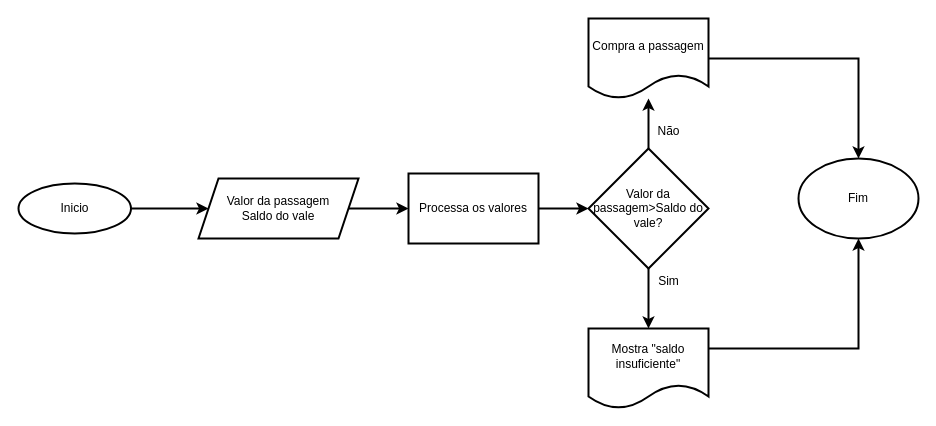
Above: Aulas/ValorPassagem.drawio in Mateus-FerrariF/L-gicaPrograma-aoMateus.ferrari (draw.io), before the change. Source tidied: cells renumbered, new cells numbered last; positions are measured from the earlier drawing's top-left corner, leaving out a move shared by most shapes. Both pictures are drawn from the tidied source at 100%, with x=0, y=0 at pixel (18, 18).
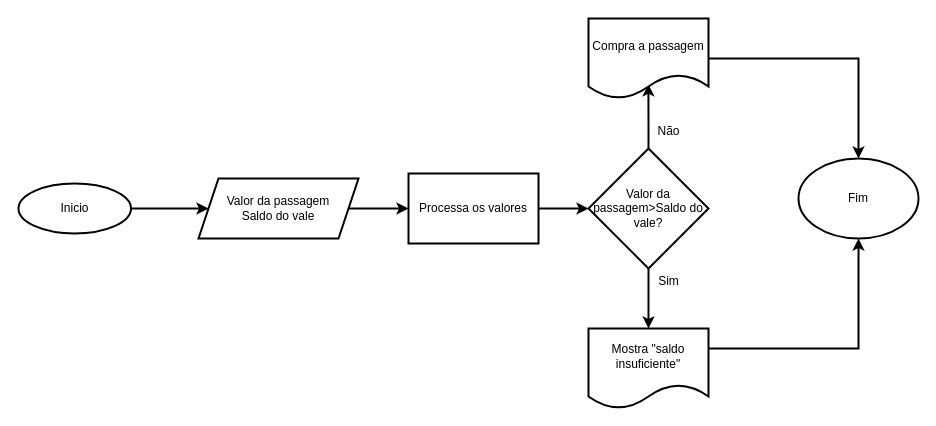
The same diagram, later.

Diff of the diagram source:
```diff
@@
 <mxGraphModel>
   <root>
     <mxCell id="0" />
     <mxCell id="1" parent="0" />
     <mxCell id="2" style="edgeStyle=orthogonalEdgeStyle;rounded=0;jettySize=auto;html=1;strokeWidth=2;" parent="1" edge="1" source="3" target="5">
       <mxGeometry relative="1" as="geometry" />
     </mxCell>
     <mxCell id="3" value="Inicio" style="ellipse;whiteSpace=wrap;html=1;strokeWidth=2;" parent="1" vertex="1">
       <mxGeometry y="165" width="112.5" height="50" as="geometry" />
     </mxCell>
     <mxCell id="4" style="edgeStyle=orthogonalEdgeStyle;rounded=0;jettySize=auto;html=1;strokeWidth=2;" parent="1" edge="1" source="5">
       <mxGeometry relative="1" as="geometry">
         <mxPoint x="390" y="190" as="targetPoint" />
       </mxGeometry>
     </mxCell>
     <mxCell id="5" value="Valor da passagem&lt;div&gt;Saldo do vale&lt;/div&gt;" style="shape=parallelogram;perimeter=parallelogramPerimeter;whiteSpace=wrap;html=1;fixedSize=1;strokeWidth=2;" parent="1" vertex="1">
       <mxGeometry x="180" y="160" width="160" height="60" as="geometry" />
     </mxCell>
     <mxCell id="6" style="edgeStyle=orthogonalEdgeStyle;rounded=0;jettySize=auto;html=1;strokeWidth=2;" parent="1" edge="1" source="8">
       <mxGeometry relative="1" as="geometry">
         <mxPoint x="630" y="310" as="targetPoint" />
       </mxGeometry>
     </mxCell>
-    <mxCell id="7" style="edgeStyle=orthogonalEdgeStyle;rounded=0;jettySize=auto;html=1;strokeWidth=2;" parent="1" edge="1" source="8" target="13">
+    <mxCell id="7" style="edgeStyle=orthogonalEdgeStyle;rounded=0;jettySize=auto;html=1;strokeWidth=2;entryX=0.499;entryY=0.822;entryDx=0;entryDy=0;entryPerimeter=0;" parent="1" edge="1" source="8" target="13">
       <mxGeometry relative="1" as="geometry" />
     </mxCell>
     <mxCell id="8" value="Valor da passagem&amp;gt;Saldo do vale?" style="rhombus;whiteSpace=wrap;html=1;strokeWidth=2;" parent="1" vertex="1">
       <mxGeometry x="570" y="130" width="120" height="120" as="geometry" />
     </mxCell>
     <mxCell id="9" style="edgeStyle=orthogonalEdgeStyle;rounded=0;jettySize=auto;html=1;exitX=1;exitY=0.25;exitDx=0;exitDy=0;entryX=0.5;entryY=1;entryDx=0;entryDy=0;strokeWidth=2;" parent="1" edge="1" source="10" target="17">
       <mxGeometry relative="1" as="geometry" />
     </mxCell>
     <mxCell id="10" value="Mostra &quot;saldo insuficiente&quot;" style="shape=document;whiteSpace=wrap;html=1;boundedLbl=1;strokeWidth=2;" parent="1" vertex="1">
       <mxGeometry x="570" y="310" width="120" height="80" as="geometry" />
     </mxCell>
     <mxCell id="11" value="Sim" style="text;html=1;align=center;verticalAlign=middle;strokeColor=none;fillColor=none;" parent="1" vertex="1">
       <mxGeometry x="630" y="248" width="40" height="30" as="geometry" />
     </mxCell>
     <mxCell id="12" style="edgeStyle=orthogonalEdgeStyle;rounded=0;jettySize=auto;html=1;exitX=1;exitY=0.5;exitDx=0;exitDy=0;entryX=0.5;entryY=0;entryDx=0;entryDy=0;strokeWidth=2;" parent="1" edge="1" source="13" target="17">
       <mxGeometry relative="1" as="geometry" />
     </mxCell>
     <mxCell id="13" value="Compra a passagem" style="shape=document;whiteSpace=wrap;html=1;boundedLbl=1;strokeWidth=2;" parent="1" vertex="1">
       <mxGeometry x="570" width="120" height="80" as="geometry" />
     </mxCell>
     <mxCell id="14" value="Não" style="text;html=1;align=center;verticalAlign=middle;strokeColor=none;fillColor=none;" parent="1" vertex="1">
       <mxGeometry x="625" y="98" width="50" height="30" as="geometry" />
     </mxCell>
     <mxCell id="15" style="edgeStyle=orthogonalEdgeStyle;rounded=0;jettySize=auto;html=1;strokeWidth=2;" parent="1" edge="1" source="16" target="8">
       <mxGeometry relative="1" as="geometry" />
     </mxCell>
     <mxCell id="16" value="Processa os valores" style="rounded=0;whiteSpace=wrap;html=1;strokeWidth=2;" parent="1" vertex="1">
       <mxGeometry x="390" y="155" width="130" height="70" as="geometry" />
     </mxCell>
     <mxCell id="17" value="Fim" style="ellipse;whiteSpace=wrap;html=1;strokeWidth=2;" parent="1" vertex="1">
       <mxGeometry x="780" y="140" width="120" height="80" as="geometry" />
     </mxCell>
   </root>
 </mxGraphModel>
```
